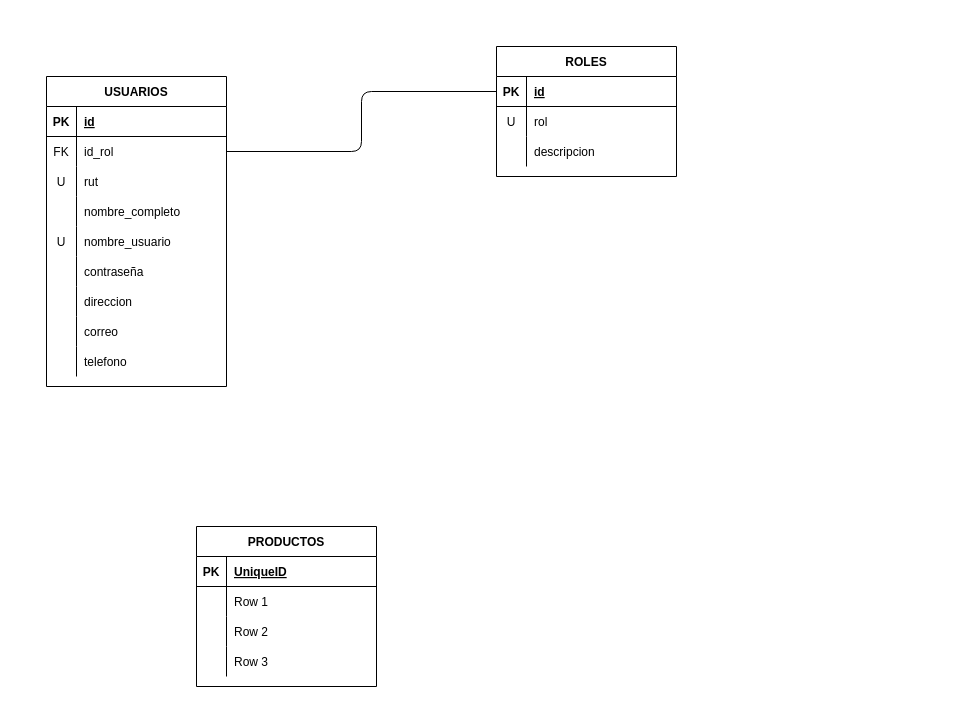
Before: page "Relacional" (2 of 3) of DiagramaER.drawio in KemosahbeAndres/proyecto_java, a draw.io diagram. Source tidied: cells renumbered, new cells numbered last; positions are measured from the earlier drawing's top-left corner, leaving out a move shared by most shapes. Both pictures are drawn from the tidied source at 100%, with x=0, y=0 at pixel (46, 46).
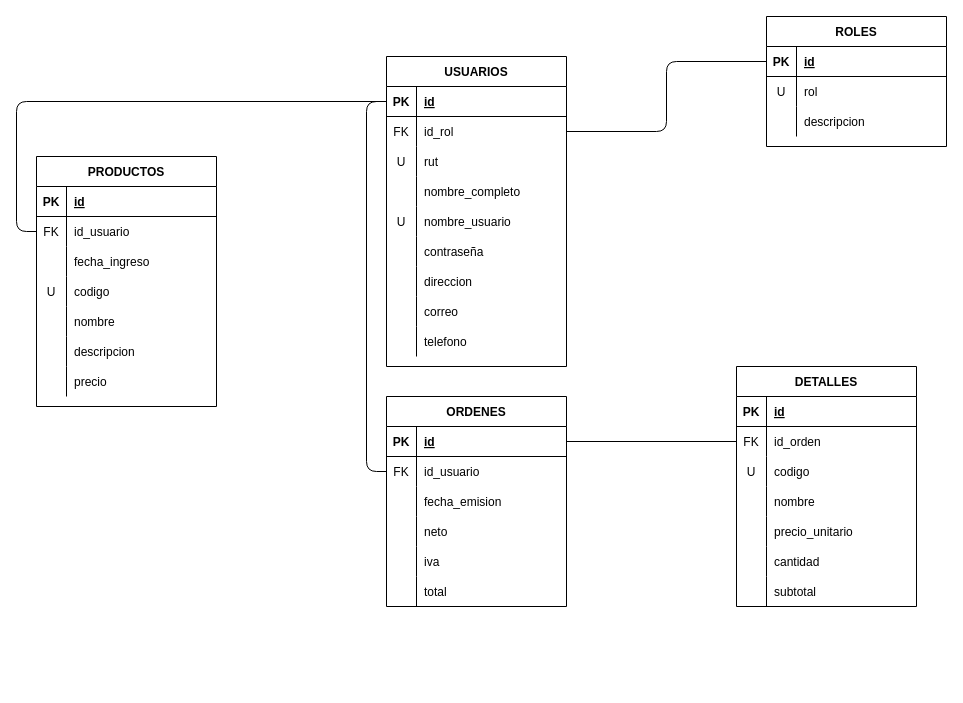
The same page after the edit.

Unchanged cells that the change refers to:
```xml
<mxCell id="3" style="shape=tableRow;horizontal=0;startSize=0;swimlaneHead=0;swimlaneBody=0;fillColor=none;points=[[0,0.5],[1,0.5]];portConstraint=eastwest;top=0;left=0;right=0;bottom=1;" parent="2" vertex="1">
  <mxGeometry y="30" width="180" height="30" as="geometry" />
</mxCell>
<mxCell id="42" style="shape=tableRow;horizontal=0;startSize=0;swimlaneHead=0;swimlaneBody=0;fillColor=none;top=0;left=0;right=0;bottom=1;" parent="41" vertex="1">
  <mxGeometry y="30" width="180" height="30" as="geometry" />
</mxCell>
```

Change to the diagram source:
```diff
@@
     <mxCell id="2" value="USUARIOS" style="shape=table;startSize=30;childLayout=tableLayout;rowLines=0;fontStyle=1;align=center;" parent="1" vertex="1">
-      <mxGeometry y="30" width="180" height="310" as="geometry" />
+      <mxGeometry x="340" y="10" width="180" height="310" as="geometry" />
     </mxCell>
@@
     <mxCell id="30" value="ROLES" style="shape=table;startSize=30;childLayout=tableLayout;rowLines=0;fontStyle=1;align=center;" parent="1" vertex="1">
-      <mxGeometry x="450" width="180" height="130" as="geometry" />
+      <mxGeometry x="720" y="-30" width="180" height="130" as="geometry" />
     </mxCell>
@@
     <mxCell id="41" value="PRODUCTOS" style="shape=table;startSize=30;childLayout=tableLayout;rowLines=0;fontStyle=1;align=center;" parent="1" vertex="1">
-      <mxGeometry x="150" y="480" width="180" height="160" as="geometry" />
+      <mxGeometry x="-10" y="110" width="180" height="250" as="geometry" />
     </mxCell>
@@
-    <mxCell id="44" value="UniqueID" style="shape=partialRectangle;fillColor=none;top=0;left=0;bottom=0;right=0;align=left;spacingLeft=6;fontStyle=5;overflow=hidden;" parent="42" vertex="1">
+    <mxCell id="44" value="id" style="shape=partialRectangle;fillColor=none;top=0;left=0;bottom=0;right=0;align=left;spacingLeft=6;fontStyle=5;overflow=hidden;" parent="42" vertex="1">
       <mxGeometry x="30" width="150" height="30" as="geometry" />
     </mxCell>
+    <mxCell id="54" style="shape=tableRow;horizontal=0;startSize=0;swimlaneHead=0;swimlaneBody=0;fillColor=none;points=[[0,0.5],[1,0.5]];portConstraint=eastwest;top=0;left=0;right=0;bottom=0;" parent="41" vertex="1">
+      <mxGeometry y="60" width="180" height="30" as="geometry" />
+    </mxCell>
+    <mxCell id="55" value="FK" style="shape=partialRectangle;fillColor=none;top=0;left=0;bottom=0;right=0;fontStyle=0;overflow=hidden;" parent="54" vertex="1">
+      <mxGeometry width="30" height="30" as="geometry" />
+    </mxCell>
+    <mxCell id="56" value="id_usuario" style="shape=partialRectangle;fillColor=none;top=0;left=0;bottom=0;right=0;align=left;spacingLeft=6;fontStyle=0;overflow=hidden;" parent="54" vertex="1">
+      <mxGeometry x="30" width="150" height="30" as="geometry" />
+    </mxCell>
+    <mxCell id="57" style="shape=tableRow;horizontal=0;startSize=0;swimlaneHead=0;swimlaneBody=0;fillColor=none;top=0;left=0;right=0;bottom=0;" parent="41" vertex="1">
+      <mxGeometry y="90" width="180" height="30" as="geometry" />
+    </mxCell>
+    <mxCell id="58" style="shape=partialRectangle;fillColor=none;top=0;left=0;bottom=0;right=0;overflow=hidden;" parent="57" vertex="1">
+      <mxGeometry width="30" height="30" as="geometry" />
+    </mxCell>
+    <mxCell id="59" value="fecha_ingreso" style="shape=partialRectangle;fillColor=none;top=0;left=0;bottom=0;right=0;align=left;spacingLeft=6;overflow=hidden;" parent="57" vertex="1">
+      <mxGeometry x="30" width="150" height="30" as="geometry" />
+    </mxCell>
+    <mxCell id="60" style="shape=tableRow;horizontal=0;startSize=0;swimlaneHead=0;swimlaneBody=0;fillColor=none;top=0;left=0;right=0;bottom=0;" parent="41" vertex="1">
+      <mxGeometry y="120" width="180" height="30" as="geometry" />
+    </mxCell>
+    <mxCell id="61" value="U" style="shape=partialRectangle;fillColor=none;top=0;left=0;bottom=0;right=0;overflow=hidden;" parent="60" vertex="1">
+      <mxGeometry width="30" height="30" as="geometry" />
+    </mxCell>
+    <mxCell id="62" value="codigo" style="shape=partialRectangle;fillColor=none;top=0;left=0;bottom=0;right=0;align=left;spacingLeft=6;overflow=hidden;" parent="60" vertex="1">
+      <mxGeometry x="30" width="150" height="30" as="geometry" />
+    </mxCell>
     <mxCell id="45" style="shape=tableRow;horizontal=0;startSize=0;swimlaneHead=0;swimlaneBody=0;fillColor=none;top=0;left=0;right=0;bottom=0;" parent="41" vertex="1">
-      <mxGeometry y="60" width="180" height="30" as="geometry" />
+      <mxGeometry y="150" width="180" height="30" as="geometry" />
     </mxCell>
@@
-    <mxCell id="47" value="Row 1" style="shape=partialRectangle;fillColor=none;top=0;left=0;bottom=0;right=0;align=left;spacingLeft=6;overflow=hidden;" parent="45" vertex="1">
+    <mxCell id="47" value="nombre" style="shape=partialRectangle;fillColor=none;top=0;left=0;bottom=0;right=0;align=left;spacingLeft=6;overflow=hidden;" parent="45" vertex="1">
       <mxGeometry x="30" width="150" height="30" as="geometry" />
     </mxCell>
     <mxCell id="48" style="shape=tableRow;horizontal=0;startSize=0;swimlaneHead=0;swimlaneBody=0;fillColor=none;top=0;left=0;right=0;bottom=0;" parent="41" vertex="1">
-      <mxGeometry y="90" width="180" height="30" as="geometry" />
+      <mxGeometry y="180" width="180" height="30" as="geometry" />
     </mxCell>
@@
-    <mxCell id="50" value="Row 2" style="shape=partialRectangle;fillColor=none;top=0;left=0;bottom=0;right=0;align=left;spacingLeft=6;overflow=hidden;" parent="48" vertex="1">
+    <mxCell id="50" value="descripcion" style="shape=partialRectangle;fillColor=none;top=0;left=0;bottom=0;right=0;align=left;spacingLeft=6;overflow=hidden;" parent="48" vertex="1">
       <mxGeometry x="30" width="150" height="30" as="geometry" />
     </mxCell>
     <mxCell id="51" style="shape=tableRow;horizontal=0;startSize=0;swimlaneHead=0;swimlaneBody=0;fillColor=none;top=0;left=0;right=0;bottom=0;" parent="41" vertex="1">
-      <mxGeometry y="120" width="180" height="30" as="geometry" />
+      <mxGeometry y="210" width="180" height="30" as="geometry" />
     </mxCell>
@@
-    <mxCell id="53" value="Row 3" style="shape=partialRectangle;fillColor=none;top=0;left=0;bottom=0;right=0;align=left;spacingLeft=6;overflow=hidden;" parent="51" vertex="1">
+    <mxCell id="53" value="precio" style="shape=partialRectangle;fillColor=none;top=0;left=0;bottom=0;right=0;align=left;spacingLeft=6;overflow=hidden;" parent="51" vertex="1">
       <mxGeometry x="30" width="150" height="30" as="geometry" />
     </mxCell>
+    <mxCell id="63" value="ORDENES" style="shape=table;startSize=30;childLayout=tableLayout;rowLines=0;fontStyle=1;align=center;" parent="1" vertex="1">
+      <mxGeometry x="340" y="350" width="180" height="210" as="geometry" />
+    </mxCell>
+    <mxCell id="64" style="shape=tableRow;horizontal=0;startSize=0;swimlaneHead=0;swimlaneBody=0;fillColor=none;points=[[0,0.5],[1,0.5]];portConstraint=eastwest;top=0;left=0;right=0;bottom=1;" parent="63" vertex="1">
+      <mxGeometry y="30" width="180" height="30" as="geometry" />
+    </mxCell>
+    <mxCell id="65" value="PK" style="shape=partialRectangle;fillColor=none;top=0;left=0;bottom=0;right=0;fontStyle=1;overflow=hidden;" parent="64" vertex="1">
+      <mxGeometry width="30" height="30" as="geometry" />
+    </mxCell>
+    <mxCell id="66" value="id" style="shape=partialRectangle;fillColor=none;top=0;left=0;bottom=0;right=0;align=left;spacingLeft=6;fontStyle=5;overflow=hidden;" parent="64" vertex="1">
+      <mxGeometry x="30" width="150" height="30" as="geometry" />
+    </mxCell>
+    <mxCell id="67" style="shape=tableRow;horizontal=0;startSize=0;swimlaneHead=0;swimlaneBody=0;fillColor=none;points=[[0,0.5],[1,0.5]];portConstraint=eastwest;top=0;left=0;right=0;bottom=0;" parent="63" vertex="1">
+      <mxGeometry y="60" width="180" height="30" as="geometry" />
+    </mxCell>
+    <mxCell id="68" value="FK" style="shape=partialRectangle;fillColor=none;top=0;left=0;bottom=0;right=0;fontStyle=0;overflow=hidden;" parent="67" vertex="1">
+      <mxGeometry width="30" height="30" as="geometry" />
+    </mxCell>
+    <mxCell id="69" value="id_usuario" style="shape=partialRectangle;fillColor=none;top=0;left=0;bottom=0;right=0;align=left;spacingLeft=6;fontStyle=0;overflow=hidden;" parent="67" vertex="1">
+      <mxGeometry x="30" width="150" height="30" as="geometry" />
+    </mxCell>
+    <mxCell id="70" style="shape=tableRow;horizontal=0;startSize=0;swimlaneHead=0;swimlaneBody=0;fillColor=none;top=0;left=0;right=0;bottom=0;" parent="63" vertex="1">
+      <mxGeometry y="90" width="180" height="30" as="geometry" />
+    </mxCell>
+    <mxCell id="71" style="shape=partialRectangle;fillColor=none;top=0;left=0;bottom=0;right=0;overflow=hidden;" parent="70" vertex="1">
+      <mxGeometry width="30" height="30" as="geometry" />
+    </mxCell>
+    <mxCell id="72" value="fecha_emision" style="shape=partialRectangle;fillColor=none;top=0;left=0;bottom=0;right=0;align=left;spacingLeft=6;overflow=hidden;" parent="70" vertex="1">
+      <mxGeometry x="30" width="150" height="30" as="geometry" />
+    </mxCell>
+    <mxCell id="73" style="shape=tableRow;horizontal=0;startSize=0;swimlaneHead=0;swimlaneBody=0;fillColor=none;top=0;left=0;right=0;bottom=0;" parent="63" vertex="1">
+      <mxGeometry y="120" width="180" height="30" as="geometry" />
+    </mxCell>
+    <mxCell id="74" style="shape=partialRectangle;fillColor=none;top=0;left=0;bottom=0;right=0;overflow=hidden;" parent="73" vertex="1">
+      <mxGeometry width="30" height="30" as="geometry" />
+    </mxCell>
+    <mxCell id="75" value="neto" style="shape=partialRectangle;fillColor=none;top=0;left=0;bottom=0;right=0;align=left;spacingLeft=6;overflow=hidden;" parent="73" vertex="1">
+      <mxGeometry x="30" width="150" height="30" as="geometry" />
+    </mxCell>
+    <mxCell id="76" style="shape=tableRow;horizontal=0;startSize=0;swimlaneHead=0;swimlaneBody=0;fillColor=none;top=0;left=0;right=0;bottom=0;" parent="63" vertex="1">
+      <mxGeometry y="150" width="180" height="30" as="geometry" />
+    </mxCell>
+    <mxCell id="77" style="shape=partialRectangle;fillColor=none;top=0;left=0;bottom=0;right=0;overflow=hidden;" parent="76" vertex="1">
+      <mxGeometry width="30" height="30" as="geometry" />
+    </mxCell>
+    <mxCell id="78" value="iva" style="shape=partialRectangle;fillColor=none;top=0;left=0;bottom=0;right=0;align=left;spacingLeft=6;overflow=hidden;" parent="76" vertex="1">
+      <mxGeometry x="30" width="150" height="30" as="geometry" />
+    </mxCell>
+    <mxCell id="79" style="shape=tableRow;horizontal=0;startSize=0;swimlaneHead=0;swimlaneBody=0;fillColor=none;top=0;left=0;right=0;bottom=0;" parent="63" vertex="1">
+      <mxGeometry y="180" width="180" height="30" as="geometry" />
+    </mxCell>
+    <mxCell id="80" style="shape=partialRectangle;fillColor=none;top=0;left=0;bottom=0;right=0;overflow=hidden;" parent="79" vertex="1">
+      <mxGeometry width="30" height="30" as="geometry" />
+    </mxCell>
+    <mxCell id="81" value="total" style="shape=partialRectangle;fillColor=none;top=0;left=0;bottom=0;right=0;align=left;spacingLeft=6;overflow=hidden;" parent="79" vertex="1">
+      <mxGeometry x="30" width="150" height="30" as="geometry" />
+    </mxCell>
+    <mxCell id="82" style="edgeStyle=orthogonalEdgeStyle;rounded=1;jettySize=auto;html=1;exitX=0;exitY=0.5;exitDx=0;exitDy=0;entryX=0;entryY=0.5;entryDx=0;entryDy=0;endArrow=none;endFill=0;" parent="1" edge="1" source="3" target="67">
+      <mxGeometry relative="1" as="geometry" />
+    </mxCell>
+    <mxCell id="83" style="edgeStyle=orthogonalEdgeStyle;rounded=1;jettySize=auto;html=1;exitX=0;exitY=0.5;exitDx=0;exitDy=0;entryX=0;entryY=0.5;entryDx=0;entryDy=0;endArrow=none;endFill=0;" parent="1" edge="1" source="54" target="3">
+      <mxGeometry relative="1" as="geometry" />
+    </mxCell>
+    <mxCell id="84" value="DETALLES" style="shape=table;startSize=30;childLayout=tableLayout;rowLines=0;fontStyle=1;align=center;" parent="1" vertex="1">
+      <mxGeometry x="690" y="320" width="180" height="240" as="geometry" />
+    </mxCell>
+    <mxCell id="85" style="shape=tableRow;horizontal=0;startSize=0;swimlaneHead=0;swimlaneBody=0;fillColor=none;top=0;left=0;right=0;bottom=1;" parent="84" vertex="1">
+      <mxGeometry y="30" width="180" height="30" as="geometry" />
+    </mxCell>
+    <mxCell id="86" value="PK" style="shape=partialRectangle;fillColor=none;top=0;left=0;bottom=0;right=0;fontStyle=1;overflow=hidden;" parent="85" vertex="1">
+      <mxGeometry width="30" height="30" as="geometry" />
+    </mxCell>
+    <mxCell id="87" value="id" style="shape=partialRectangle;fillColor=none;top=0;left=0;bottom=0;right=0;align=left;spacingLeft=6;fontStyle=5;overflow=hidden;" parent="85" vertex="1">
+      <mxGeometry x="30" width="150" height="30" as="geometry" />
+    </mxCell>
+    <mxCell id="88" style="shape=tableRow;horizontal=0;startSize=0;swimlaneHead=0;swimlaneBody=0;fillColor=none;points=[[0,0.5],[1,0.5]];portConstraint=eastwest;top=0;left=0;right=0;bottom=0;" parent="84" vertex="1">
+      <mxGeometry y="60" width="180" height="30" as="geometry" />
+    </mxCell>
+    <mxCell id="89" value="FK" style="shape=partialRectangle;fillColor=none;top=0;left=0;bottom=0;right=0;fontStyle=0;overflow=hidden;" parent="88" vertex="1">
+      <mxGeometry width="30" height="30" as="geometry" />
+    </mxCell>
+    <mxCell id="90" value="id_orden" style="shape=partialRectangle;fillColor=none;top=0;left=0;bottom=0;right=0;align=left;spacingLeft=6;fontStyle=0;overflow=hidden;" parent="88" vertex="1">
+      <mxGeometry x="30" width="150" height="30" as="geometry" />
+    </mxCell>
+    <mxCell id="91" style="shape=tableRow;horizontal=0;startSize=0;swimlaneHead=0;swimlaneBody=0;fillColor=none;top=0;left=0;right=0;bottom=0;" parent="84" vertex="1">
+      <mxGeometry y="90" width="180" height="30" as="geometry" />
+    </mxCell>
+    <mxCell id="92" value="U" style="shape=partialRectangle;fillColor=none;top=0;left=0;bottom=0;right=0;overflow=hidden;" parent="91" vertex="1">
+      <mxGeometry width="30" height="30" as="geometry" />
+    </mxCell>
+    <mxCell id="93" value="codigo" style="shape=partialRectangle;fillColor=none;top=0;left=0;bottom=0;right=0;align=left;spacingLeft=6;overflow=hidden;" parent="91" vertex="1">
+      <mxGeometry x="30" width="150" height="30" as="geometry" />
+    </mxCell>
+    <mxCell id="94" style="shape=tableRow;horizontal=0;startSize=0;swimlaneHead=0;swimlaneBody=0;fillColor=none;top=0;left=0;right=0;bottom=0;" parent="84" vertex="1">
+      <mxGeometry y="120" width="180" height="30" as="geometry" />
+    </mxCell>
+    <mxCell id="95" style="shape=partialRectangle;fillColor=none;top=0;left=0;bottom=0;right=0;overflow=hidden;" parent="94" vertex="1">
+      <mxGeometry width="30" height="30" as="geometry" />
+    </mxCell>
+    <mxCell id="96" value="nombre" style="shape=partialRectangle;fillColor=none;top=0;left=0;bottom=0;right=0;align=left;spacingLeft=6;overflow=hidden;" parent="94" vertex="1">
+      <mxGeometry x="30" width="150" height="30" as="geometry" />
+    </mxCell>
+    <mxCell id="97" style="shape=tableRow;horizontal=0;startSize=0;swimlaneHead=0;swimlaneBody=0;fillColor=none;top=0;left=0;right=0;bottom=0;" parent="84" vertex="1">
+      <mxGeometry y="150" width="180" height="30" as="geometry" />
+    </mxCell>
+    <mxCell id="98" style="shape=partialRectangle;fillColor=none;top=0;left=0;bottom=0;right=0;overflow=hidden;" parent="97" vertex="1">
+      <mxGeometry width="30" height="30" as="geometry" />
+    </mxCell>
+    <mxCell id="99" value="precio_unitario" style="shape=partialRectangle;fillColor=none;top=0;left=0;bottom=0;right=0;align=left;spacingLeft=6;overflow=hidden;" parent="97" vertex="1">
+      <mxGeometry x="30" width="150" height="30" as="geometry" />
+    </mxCell>
+    <mxCell id="100" style="shape=tableRow;horizontal=0;startSize=0;swimlaneHead=0;swimlaneBody=0;fillColor=none;top=0;left=0;right=0;bottom=0;" parent="84" vertex="1">
+      <mxGeometry y="180" width="180" height="30" as="geometry" />
+    </mxCell>
+    <mxCell id="101" style="shape=partialRectangle;fillColor=none;top=0;left=0;bottom=0;right=0;overflow=hidden;" parent="100" vertex="1">
+      <mxGeometry width="30" height="30" as="geometry" />
+    </mxCell>
+    <mxCell id="102" value="cantidad" style="shape=partialRectangle;fillColor=none;top=0;left=0;bottom=0;right=0;align=left;spacingLeft=6;overflow=hidden;" parent="100" vertex="1">
+      <mxGeometry x="30" width="150" height="30" as="geometry" />
+    </mxCell>
+    <mxCell id="103" style="shape=tableRow;horizontal=0;startSize=0;swimlaneHead=0;swimlaneBody=0;fillColor=none;top=0;left=0;right=0;bottom=0;" parent="84" vertex="1">
+      <mxGeometry y="210" width="180" height="30" as="geometry" />
+    </mxCell>
+    <mxCell id="104" style="shape=partialRectangle;fillColor=none;top=0;left=0;bottom=0;right=0;overflow=hidden;" parent="103" vertex="1">
+      <mxGeometry width="30" height="30" as="geometry" />
+    </mxCell>
+    <mxCell id="105" value="subtotal" style="shape=partialRectangle;fillColor=none;top=0;left=0;bottom=0;right=0;align=left;spacingLeft=6;overflow=hidden;" parent="103" vertex="1">
+      <mxGeometry x="30" width="150" height="30" as="geometry" />
+    </mxCell>
+    <mxCell id="106" style="edgeStyle=orthogonalEdgeStyle;rounded=1;jettySize=auto;html=1;exitX=0;exitY=0.5;exitDx=0;exitDy=0;entryX=1;entryY=0.5;entryDx=0;entryDy=0;endArrow=none;endFill=0;" parent="1" edge="1" source="88" target="64">
+      <mxGeometry relative="1" as="geometry" />
+    </mxCell>
```
